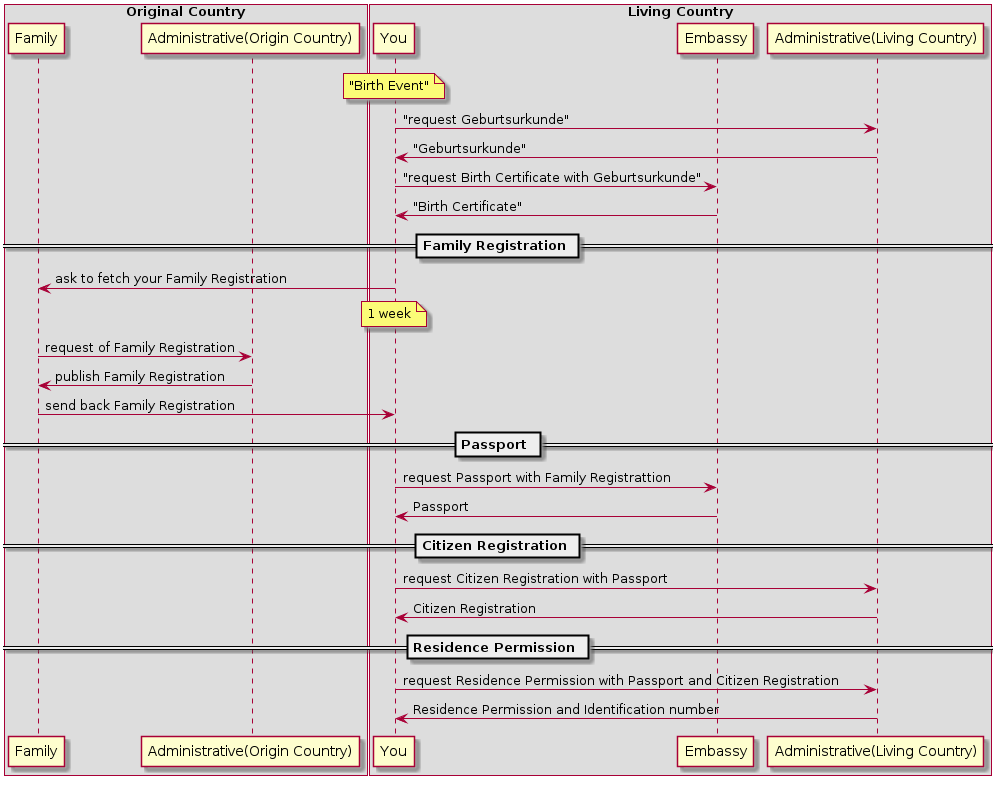
The PlantUML diagram images/en_sequence_baby_authorization.png in camparijet/camparijet.github.io, before a commit.
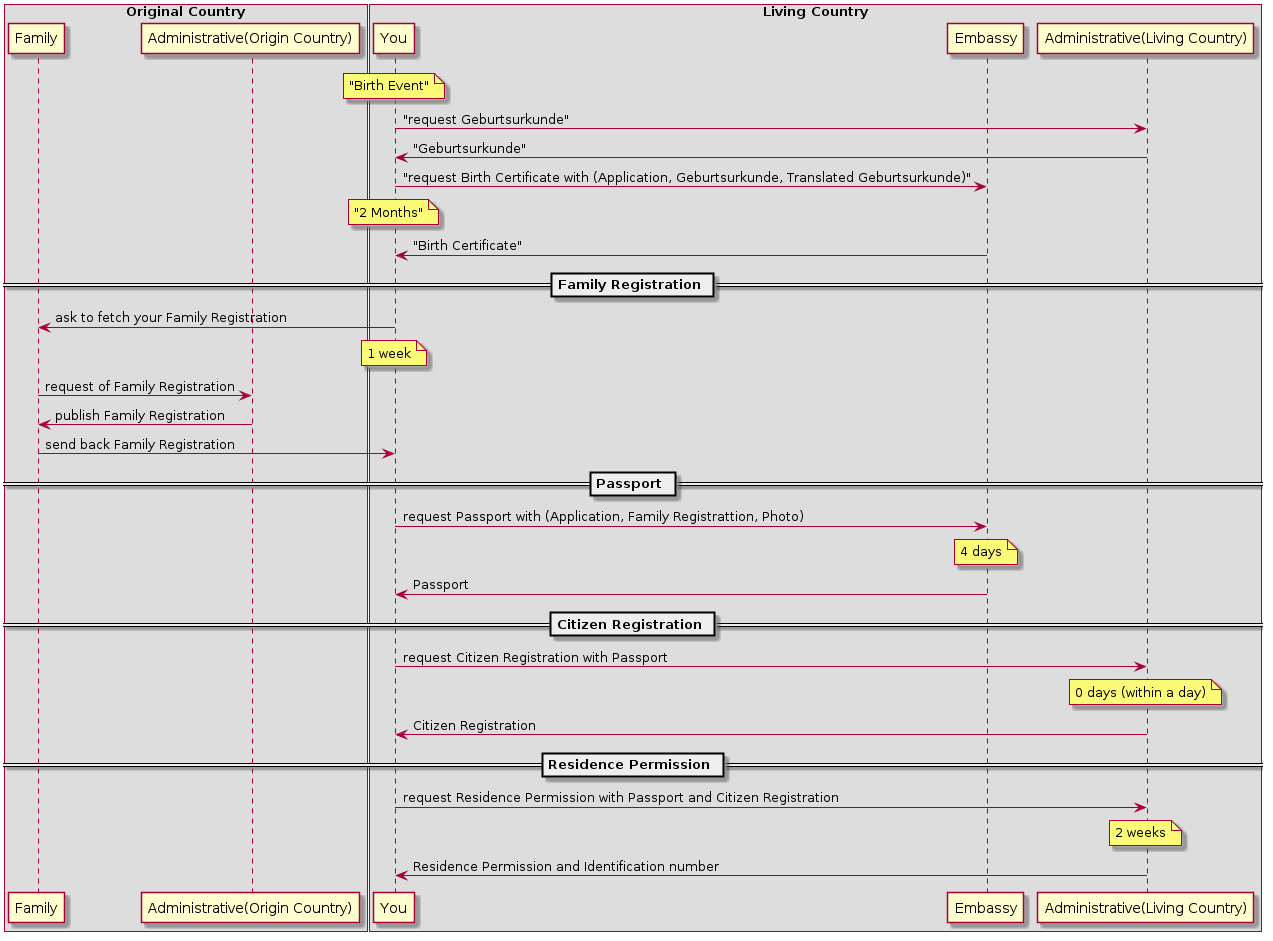
Later version of the same file.

Diff of the diagram source:
```diff
@@ -1,5 +1,4 @@
 @startuml
-
 box "Original Country"
 participant Family
 participant "Administrative(Origin Country)" as origin
@@ -14,7 +13,8 @@
 note over You: "Birth Event"
 You->living: "request Geburtsurkunde"
 living->You: "Geburtsurkunde"
-You->Embassy: "request Birth Certificate with Geburtsurkunde"
+You->Embassy: "request Birth Certificate with (Application, Geburtsurkunde, Translated Geburtsurkunde)"
+note over You: "2 Months"
 Embassy->You: "Birth Certificate"
 == Family Registration ==
 You->Family: ask to fetch your Family Registration
@@ -23,12 +23,15 @@
 origin->Family: publish Family Registration
 Family->You: send back Family Registration
 == Passport ==
-You->Embassy: request Passport with Family Registrattion
+You->Embassy: request Passport with (Application, Family Registrattion, Photo)
+note over Embassy: 4 days
 Embassy->You: Passport
 == Citizen Registration ==
 You->living: request Citizen Registration with Passport
+note over living: 0 days (within a day)
 living->You: Citizen Registration
 == Residence Permission ==
 You->living: request Residence Permission with Passport and Citizen Registration
+note over living: 2 weeks
 living->You: Residence Permission and Identification number
 @enduml
```
